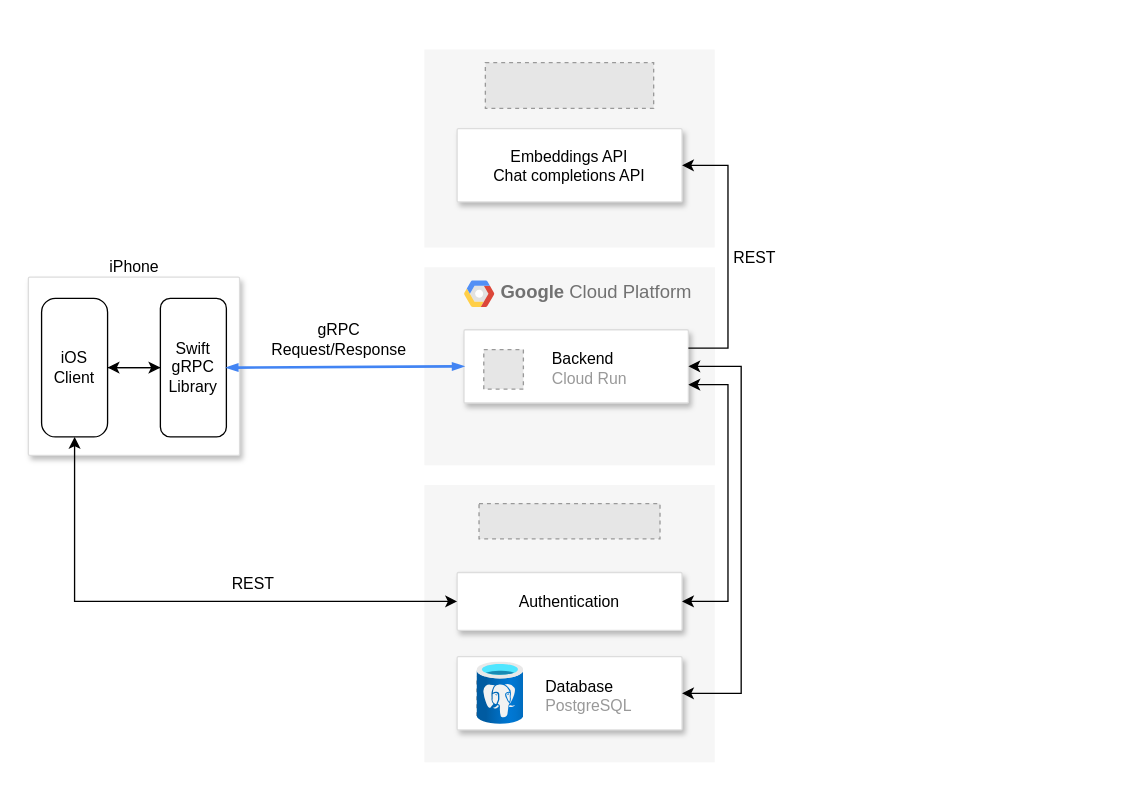
ManeHKU/Mane keeps this draw.io diagram as Overall Architecture.drawio. Above is the earlier version. Source tidied: cells renumbered, new cells numbered last; positions are measured from the earlier drawing's top-left corner, leaving out a move shared by most shapes. Both pictures are drawn from the tidied source at 132%, with x=0, y=0 at pixel (28, 49). Pictures stored in the file or linked from it are replaced by grey dashed boxes.
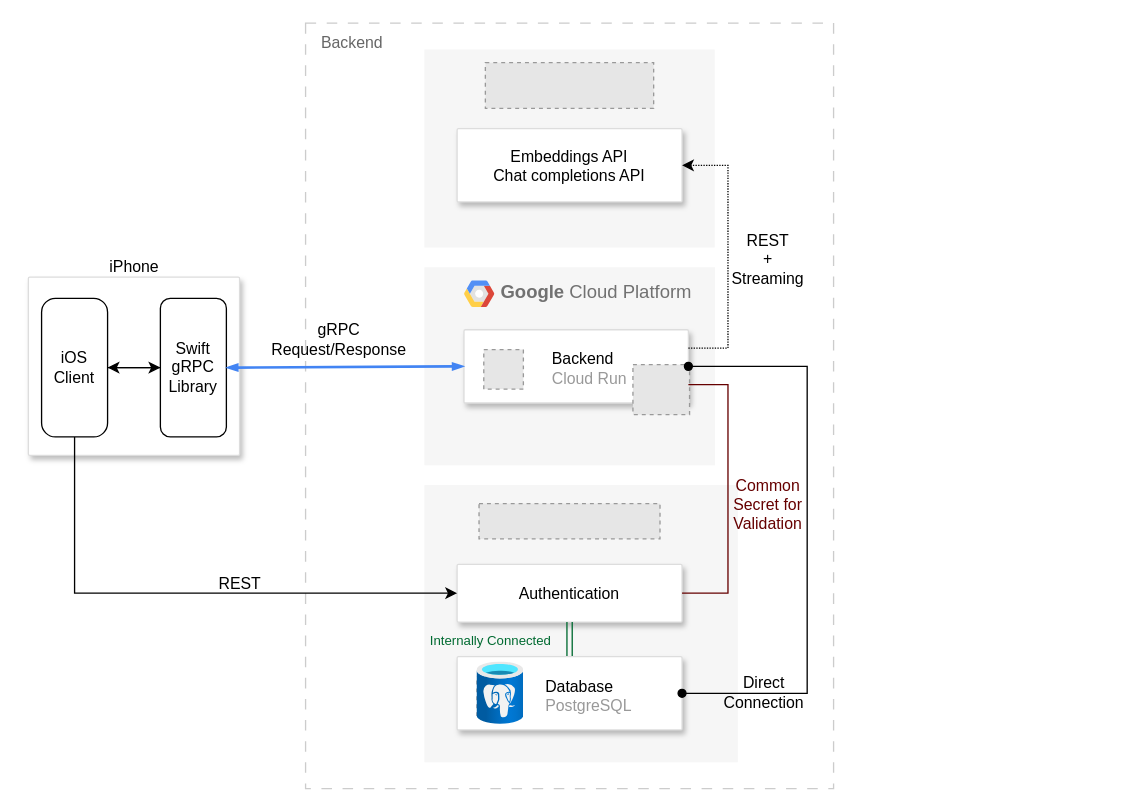
Above is the later version.

The change refers to these unchanged cells:
```xml
<mxCell id="2" value="&lt;b&gt;Google &lt;/b&gt;Cloud Platform" style="fillColor=#F6F6F6;strokeColor=none;shadow=0;gradientColor=none;fontSize=14;align=center;spacing=10;fontColor=#717171;9E9E9E;verticalAlign=top;spacingTop=-4;fontStyle=0;spacingLeft=40;html=1;" parent="1" vertex="1">
  <mxGeometry x="300" y="165" width="220.2" height="150" as="geometry" />
</mxCell>
<mxCell id="4" style="strokeColor=#dddddd;shadow=1;strokeWidth=1;rounded=1;absoluteArcSize=1;arcSize=2;" parent="2" vertex="1">
  <mxGeometry x="30" y="47.3" width="170" height="55.5" as="geometry" />
</mxCell>
<mxCell id="9" style="strokeColor=#dddddd;shadow=1;strokeWidth=1;rounded=1;absoluteArcSize=1;arcSize=2;" parent="6" vertex="1">
  <mxGeometry x="24.8" y="130" width="170.4" height="55.5" as="geometry" />
</mxCell>
<mxCell id="16" value="iOS Client" style="rounded=1;whiteSpace=wrap;html=1;arcSize=21;" parent="14" vertex="1">
  <mxGeometry x="10" y="38.5" width="50" height="105" as="geometry" />
</mxCell>
<mxCell id="26" value="Embeddings API&#10;Chat completions API" style="strokeColor=#dddddd;shadow=1;strokeWidth=1;rounded=1;absoluteArcSize=1;arcSize=2;" parent="25" vertex="1">
  <mxGeometry x="24.8" y="60" width="170.4" height="55.5" as="geometry" />
</mxCell>
```

What changed in the source:
```diff
@@
+    <mxCell id="30" style="fillColor=#E6E6E6;strokeColor=#999999;dashed=1;verticalLabelPosition=bottom;labelBackgroundColor=default;verticalAlign=top;" parent="2" vertex="1">
+      <mxGeometry x="158" y="73.7" width="42.9" height="37.9" as="geometry" />
+    </mxCell>
     <mxCell id="6" style="fillColor=#F6F6F6;strokeColor=none;shadow=0;gradientColor=none;fontSize=14;align=left;spacing=10;fontColor=#717171;9E9E9E;verticalAlign=top;spacingTop=-4;fontStyle=0;spacingLeft=40;html=1;" parent="1" vertex="1">
-      <mxGeometry x="300" y="330" width="220" height="210" as="geometry" />
+      <mxGeometry x="300" y="330" width="237.5" height="210" as="geometry" />
     </mxCell>
@@
     <mxCell id="8" value="Authentication" style="strokeColor=#dddddd;shadow=1;strokeWidth=1;rounded=1;absoluteArcSize=1;arcSize=2;" parent="6" vertex="1">
-      <mxGeometry x="24.8" y="66.2" width="170.4" height="43.8" as="geometry" />
+      <mxGeometry x="24.8" y="60" width="170.4" height="43.8" as="geometry" />
     </mxCell>
+    <mxCell id="31" style="edgeStyle=orthogonalEdgeStyle;rounded=0;jettySize=auto;html=1;entryX=0.5;entryY=1;entryDx=0;entryDy=0;startArrow=classic;startFill=1;shape=link;strokeColor=#006a31;" parent="6" edge="1" source="9" target="8">
+      <mxGeometry relative="1" as="geometry" />
+    </mxCell>
@@
-    <mxCell id="12" style="edgeStyle=orthogonalEdgeStyle;rounded=0;jettySize=auto;html=1;exitX=1;exitY=0.75;exitDx=0;exitDy=0;entryX=1;entryY=0.5;entryDx=0;entryDy=0;startArrow=classic;startFill=1;" parent="1" edge="1" source="4" target="8">
-      <mxGeometry relative="1" as="geometry">
-        <Array as="points">
-          <mxPoint x="530" y="254" />
-          <mxPoint x="530" y="418" />
-        </Array>
-      </mxGeometry>
-    </mxCell>
+    <mxCell id="32" value="Internally Connected" style="text;html=1;align=center;verticalAlign=middle;strokeColor=none;fillColor=none;fontSize=10;fontColor=#006A31;" parent="6" vertex="1">
+      <mxGeometry x="-10" y="103" width="120" height="30" as="geometry" />
+    </mxCell>
-    <mxCell id="13" style="edgeStyle=orthogonalEdgeStyle;rounded=0;jettySize=auto;html=1;exitX=1;exitY=0.5;exitDx=0;exitDy=0;entryX=1;entryY=0.5;entryDx=0;entryDy=0;startArrow=classic;startFill=1;" parent="1" edge="1" source="4" target="9">
+    <mxCell id="13" style="edgeStyle=orthogonalEdgeStyle;rounded=0;jettySize=auto;html=1;exitX=1;exitY=0.5;exitDx=0;exitDy=0;entryX=1;entryY=0.5;entryDx=0;entryDy=0;startArrow=oval;startFill=1;endArrow=oval;endFill=1;" parent="1" edge="1" source="4" target="9">
       <mxGeometry relative="1" as="geometry">
         <Array as="points">
-          <mxPoint x="540" y="240" />
-          <mxPoint x="540" y="488" />
+          <mxPoint x="590" y="240" />
+          <mxPoint x="590" y="488" />
         </Array>
       </mxGeometry>
     </mxCell>
     <mxCell id="14" style="group;" parent="1" vertex="1">
-      <mxGeometry y="150" width="830" height="157.5" as="geometry" />
+      <mxGeometry y="150" width="830" height="410" as="geometry" />
     </mxCell>
@@
-    <mxCell id="22" value="REST" style="text;html=1;align=center;verticalAlign=middle;strokeColor=none;fillColor=none;" parent="14" vertex="1">
-      <mxGeometry x="520" y="-7.5" width="60" height="30" as="geometry" />
+    <mxCell id="22" value="REST&lt;br&gt;+&lt;br&gt;Streaming" style="text;html=1;align=center;verticalAlign=middle;strokeColor=none;fillColor=none;rotation=0;" parent="14" vertex="1">
+      <mxGeometry x="520" y="-21.5" width="80" height="60" as="geometry" />
     </mxCell>
+    <mxCell id="33" style="whiteSpace=wrap;html=1;fillColor=none;dashed=1;dashPattern=8 8;strokeColor=#CCCCCC;fontColor=#666666;" parent="14" vertex="1">
+      <mxGeometry x="210" y="-170" width="400" height="580" as="geometry" />
+    </mxCell>
@@
-    <mxCell id="24" style="edgeStyle=orthogonalEdgeStyle;rounded=0;jettySize=auto;html=1;exitX=0.5;exitY=1;exitDx=0;exitDy=0;entryX=0;entryY=0.5;entryDx=0;entryDy=0;startArrow=classic;startFill=1;" parent="1" edge="1" source="16" target="8">
+    <mxCell id="24" style="edgeStyle=orthogonalEdgeStyle;rounded=0;jettySize=auto;html=1;exitX=0.5;exitY=1;exitDx=0;exitDy=0;entryX=0;entryY=0.5;entryDx=0;entryDy=0;startArrow=none;startFill=0;endArrow=classic;endFill=1;" parent="1" edge="1" source="16" target="8">
       <mxGeometry relative="1" as="geometry" />
     </mxCell>
@@
-    <mxCell id="28" style="edgeStyle=orthogonalEdgeStyle;rounded=0;jettySize=auto;html=1;entryX=1;entryY=0.5;entryDx=0;entryDy=0;exitX=1;exitY=0.25;exitDx=0;exitDy=0;" parent="1" edge="1" source="4" target="26">
+    <mxCell id="28" style="edgeStyle=orthogonalEdgeStyle;rounded=0;jettySize=auto;html=1;entryX=1;entryY=0.5;entryDx=0;entryDy=0;exitX=1;exitY=0.25;exitDx=0;exitDy=0;startArrow=none;startFill=0;dashed=1;dashPattern=1 1;endArrow=classic;endFill=1;" parent="1" edge="1" source="4" target="26">
       <mxGeometry relative="1" as="geometry">
         <Array as="points">
           <mxPoint x="530" y="226" />
           <mxPoint x="530" y="88" />
         </Array>
       </mxGeometry>
     </mxCell>
     <mxCell id="29" value="REST" style="text;html=1;align=center;verticalAlign=middle;strokeColor=none;fillColor=none;" parent="1" vertex="1">
-      <mxGeometry x="140" y="390" width="60" height="30" as="geometry" />
+      <mxGeometry x="130" y="390" width="60" height="30" as="geometry" />
     </mxCell>
+    <mxCell id="12" style="edgeStyle=orthogonalEdgeStyle;rounded=0;jettySize=auto;html=1;exitX=1;exitY=0.75;exitDx=0;exitDy=0;entryX=1;entryY=0.5;entryDx=0;entryDy=0;startArrow=none;startFill=0;endArrow=none;endFill=0;strokeColor=#660000;" parent="1" edge="1" source="4" target="8">
+      <mxGeometry relative="1" as="geometry">
+        <Array as="points">
+          <mxPoint x="530" y="254" />
+          <mxPoint x="530" y="412" />
+        </Array>
+      </mxGeometry>
+    </mxCell>
+    <mxCell id="34" value="Common&lt;br&gt;Secret for&lt;br&gt;Validation" style="text;html=1;align=center;verticalAlign=middle;strokeColor=none;fillColor=none;fontColor=#660000;" parent="1" vertex="1">
+      <mxGeometry x="520" y="315" width="80" height="60" as="geometry" />
+    </mxCell>
+    <mxCell id="35" value="Direct&lt;br&gt;Connection" style="text;html=1;align=center;verticalAlign=middle;strokeColor=none;fillColor=none;" parent="1" vertex="1">
+      <mxGeometry x="517" y="467" width="80" height="40" as="geometry" />
+    </mxCell>
+    <mxCell id="36" value="Backend" style="text;html=1;align=center;verticalAlign=middle;fillColor=none;strokeColor=none;fillStyle=solid;dashed=1;dashPattern=8 8;fontColor=#666666;" parent="1" vertex="1">
+      <mxGeometry x="210" y="-20" width="70" height="30" as="geometry" />
+    </mxCell>
```
